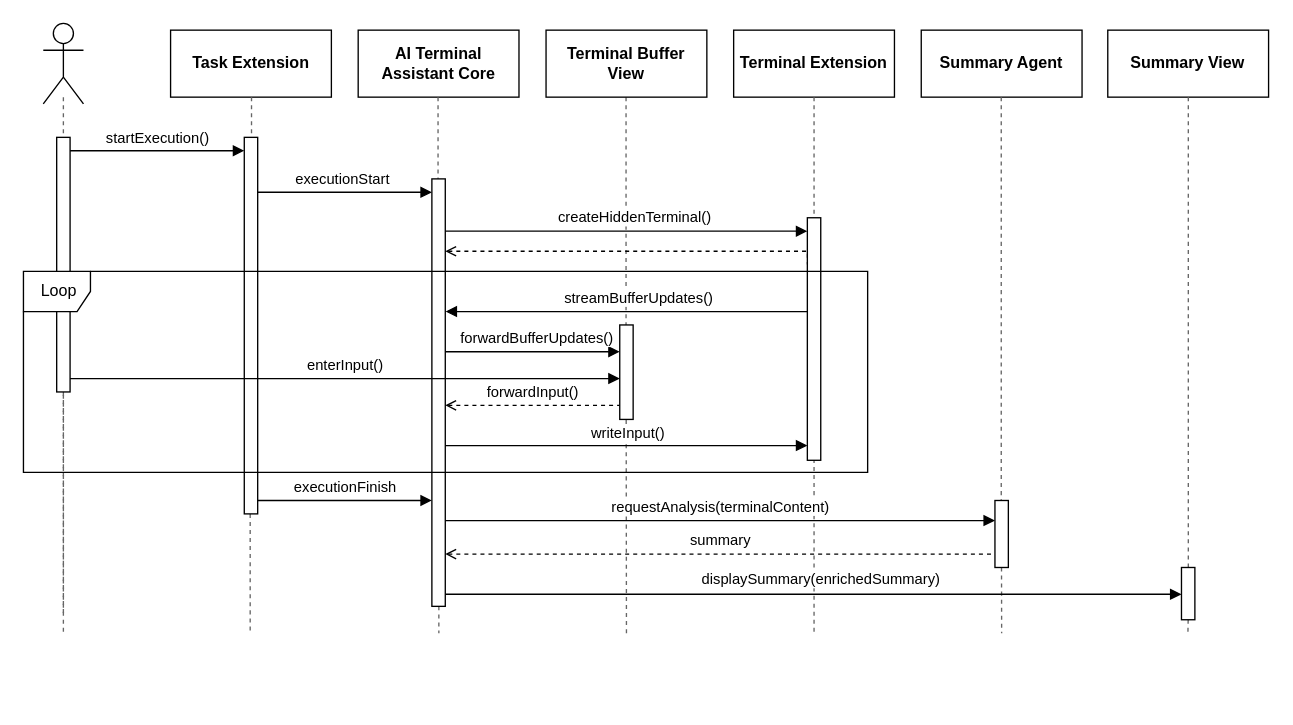
Before: page "Page-4" (4 of 6) of figures/terminal-summary-build-to-summary-sequence.drawio in Fangoling/bachelor-thesis, a draw.io diagram. Source tidied: cells renumbered, new cells numbered last; positions are measured from the earlier drawing's top-left corner, leaving out a move shared by most shapes. Both pictures are drawn from the tidied source at 134%, with x=0, y=0 at pixel (23, 23).
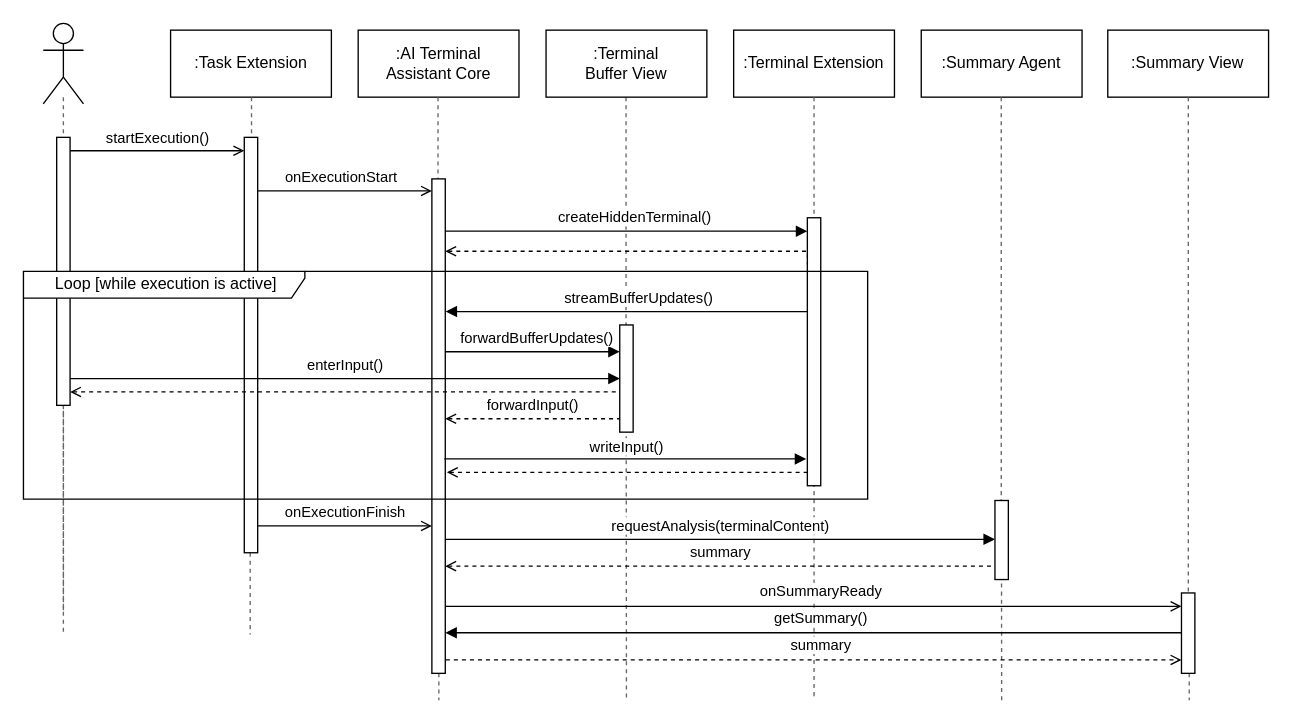
Above is the later version.

Diff of the diagram source:
```diff
@@
     <mxCell id="3" style="endArrow=none;dashed=1;html=1;strokeColor=#666666;" parent="1" edge="1">
       <mxGeometry relative="1" as="geometry">
         <mxPoint x="449.8" y="296" as="sourcePoint" />
-        <mxPoint x="450" y="455" as="targetPoint" />
+        <mxPoint x="450" y="505" as="targetPoint" />
       </mxGeometry>
     </mxCell>
-    <mxCell id="4" value="Task Extension" style="rounded=0;whiteSpace=wrap;html=1;fontStyle=1;align=center;verticalAlign=middle;" parent="1" vertex="1">
+    <mxCell id="4" value="&lt;span style=&quot;font-weight: normal;&quot;&gt;:Task Extension&lt;/span&gt;" style="rounded=0;whiteSpace=wrap;html=1;fontStyle=1;align=center;verticalAlign=middle;" parent="1" vertex="1">
       <mxGeometry x="109.8" y="5" width="120" height="50" as="geometry" />
     </mxCell>
-    <mxCell id="5" value="AI Terminal Assistant Core" style="rounded=0;whiteSpace=wrap;html=1;fontStyle=1;align=center;verticalAlign=middle;" parent="1" vertex="1">
+    <mxCell id="5" value="&lt;span style=&quot;font-weight: normal;&quot;&gt;:AI Terminal&lt;/span&gt;&lt;div&gt;&lt;span style=&quot;font-weight: normal;&quot;&gt;Assistant Core&lt;/span&gt;&lt;/div&gt;" style="rounded=0;whiteSpace=wrap;html=1;fontStyle=1;align=center;verticalAlign=middle;" parent="1" vertex="1">
       <mxGeometry x="249.8" y="5" width="120" height="50" as="geometry" />
     </mxCell>
-    <mxCell id="6" value="Terminal Extension" style="rounded=0;whiteSpace=wrap;html=1;fontStyle=1;align=center;verticalAlign=middle;" parent="1" vertex="1">
+    <mxCell id="6" value="&lt;span style=&quot;font-weight: normal;&quot;&gt;:Terminal Extension&lt;/span&gt;" style="rounded=0;whiteSpace=wrap;html=1;fontStyle=1;align=center;verticalAlign=middle;" parent="1" vertex="1">
       <mxGeometry x="530" y="5" width="120" height="50" as="geometry" />
     </mxCell>
-    <mxCell id="7" value="Summary Agent" style="rounded=0;whiteSpace=wrap;html=1;fontStyle=1;align=center;verticalAlign=middle;" parent="1" vertex="1">
+    <mxCell id="7" value="&lt;span style=&quot;font-weight: normal;&quot;&gt;:Summary Agent&lt;/span&gt;" style="rounded=0;whiteSpace=wrap;html=1;fontStyle=1;align=center;verticalAlign=middle;" parent="1" vertex="1">
       <mxGeometry x="670" y="5" width="120" height="50" as="geometry" />
     </mxCell>
-    <mxCell id="8" value="Terminal Buffer View" style="rounded=0;whiteSpace=wrap;html=1;fontStyle=1;align=center;verticalAlign=middle;" parent="1" vertex="1">
+    <mxCell id="8" value="&lt;span style=&quot;font-weight: normal;&quot;&gt;:Terminal&lt;/span&gt;&lt;div&gt;&lt;span style=&quot;font-weight: normal;&quot;&gt;Buffer View&lt;/span&gt;&lt;/div&gt;" style="rounded=0;whiteSpace=wrap;html=1;fontStyle=1;align=center;verticalAlign=middle;" parent="1" vertex="1">
       <mxGeometry x="390" y="5" width="120" height="50" as="geometry" />
     </mxCell>
@@
     <mxCell id="11" style="endArrow=none;dashed=1;html=1;strokeColor=#666666;" parent="1" edge="1" source="33">
       <mxGeometry relative="1" as="geometry">
-        <mxPoint x="310" y="455" as="targetPoint" />
+        <mxPoint x="310" y="505" as="targetPoint" />
       </mxGeometry>
     </mxCell>
     <mxCell id="12" style="endArrow=none;dashed=1;html=1;strokeColor=#666666;" parent="1" edge="1">
       <mxGeometry relative="1" as="geometry">
         <mxPoint x="590" y="55" as="sourcePoint" />
-        <mxPoint x="590" y="455" as="targetPoint" />
+        <mxPoint x="590" y="505" as="targetPoint" />
       </mxGeometry>
     </mxCell>
     <mxCell id="13" style="endArrow=none;dashed=1;html=1;strokeColor=#666666;" parent="1" edge="1">
       <mxGeometry relative="1" as="geometry">
         <mxPoint x="729.9" y="406" as="sourcePoint" />
-        <mxPoint x="730" y="455" as="targetPoint" />
+        <mxPoint x="730" y="505" as="targetPoint" />
       </mxGeometry>
     </mxCell>
-    <mxCell id="14" value="startExecution()" style="edgeStyle=orthogonalEdgeStyle;rounded=0;jettySize=auto;html=1;endArrow=block;endFill=1;" parent="1" edge="1" target="39">
+    <mxCell id="14" value="startExecution()" style="edgeStyle=orthogonalEdgeStyle;rounded=0;jettySize=auto;html=1;endArrow=open;endFill=0;" parent="1" edge="1" target="39">
       <mxGeometry x="0.04" y="9" relative="1" as="geometry">
         <mxPoint x="29.8" y="95" as="sourcePoint" />
         <Array as="points">
           <mxPoint x="129.8" y="95" />
           <mxPoint x="129.8" y="95" />
         </Array>
       </mxGeometry>
     </mxCell>
-    <mxCell id="15" value="executionStart" style="edgeStyle=orthogonalEdgeStyle;rounded=0;jettySize=auto;html=1;endArrow=block;endFill=1;" parent="1" edge="1" target="33">
+    <mxCell id="15" value="onExecutionStart" style="edgeStyle=orthogonalEdgeStyle;rounded=0;jettySize=auto;html=1;endArrow=open;endFill=0;" parent="1" edge="1" target="33">
       <mxGeometry y="10" relative="1" as="geometry">
         <mxPoint x="169.8" y="126" as="sourcePoint" />
         <Array as="points">
-          <mxPoint x="169.8" y="126" />
+          <mxPoint x="170" y="125" />
         </Array>
       </mxGeometry>
     </mxCell>
-    <mxCell id="16" value="displaySummary(enrichedSummary)" style="edgeStyle=orthogonalEdgeStyle;rounded=0;jettySize=auto;html=1;endArrow=block;endFill=1;" parent="1" edge="1" source="33" target="31">
+    <mxCell id="16" value="onSummaryReady" style="edgeStyle=orthogonalEdgeStyle;rounded=0;jettySize=auto;html=1;endArrow=open;endFill=0;" parent="1" edge="1" source="33" target="31">
       <mxGeometry x="0.02" y="11" relative="1" as="geometry">
         <Array as="points">
-          <mxPoint x="589.8" y="426" />
-          <mxPoint x="589.8" y="426" />
+          <mxPoint x="760" y="435" />
+          <mxPoint x="760" y="435" />
         </Array>
       </mxGeometry>
     </mxCell>
@@
     <mxCell id="19" value="requestAnalysis(terminalContent)" style="edgeStyle=orthogonalEdgeStyle;rounded=0;jettySize=auto;html=1;endArrow=block;endFill=1;" parent="1" edge="1" source="33" target="37">
       <mxGeometry y="10" relative="1" as="geometry">
         <Array as="points">
-          <mxPoint x="379.8" y="371" />
-          <mxPoint x="379.8" y="371" />
+          <mxPoint x="520" y="385" />
+          <mxPoint x="520" y="385" />
         </Array>
       </mxGeometry>
     </mxCell>
     <mxCell id="20" value="summary" style="edgeStyle=orthogonalEdgeStyle;rounded=0;jettySize=auto;html=1;endArrow=none;endFill=0;startArrow=open;startFill=0;dashed=1;" parent="1" edge="1" source="33" target="37">
       <mxGeometry y="10" relative="1" as="geometry">
         <Array as="points">
-          <mxPoint x="389.8" y="396" />
-          <mxPoint x="389.8" y="396" />
+          <mxPoint x="520" y="405" />
+          <mxPoint x="520" y="405" />
         </Array>
       </mxGeometry>
     </mxCell>
@@
     <mxCell id="22" style="html=1;points=[[0,0,0,0,5],[0,1,0,0,-5],[1,0,0,0,5],[1,1,0,0,-5]];perimeter=orthogonalPerimeter;outlineConnect=0;targetShapes=umlLifeline;portConstraint=eastwest;newEdgeStyle={&quot;curved&quot;:0,&quot;rounded&quot;:0};" parent="1" vertex="1">
-      <mxGeometry x="585" y="145" width="10" height="181" as="geometry" />
+      <mxGeometry x="585" y="145" width="10" height="200" as="geometry" />
     </mxCell>
@@
     <mxCell id="25" style="html=1;points=[[0,0,0,0,5],[0,1,0,0,-5],[1,0,0,0,5],[1,1,0,0,-5]];perimeter=orthogonalPerimeter;outlineConnect=0;targetShapes=umlLifeline;portConstraint=eastwest;newEdgeStyle={&quot;curved&quot;:0,&quot;rounded&quot;:0};" parent="1" vertex="1">
-      <mxGeometry x="24.8" y="85" width="10" height="190" as="geometry" />
+      <mxGeometry x="24.8" y="85" width="10" height="200" as="geometry" />
     </mxCell>
@@
-    <mxCell id="27" value="executionFinish" style="edgeStyle=orthogonalEdgeStyle;rounded=0;jettySize=auto;html=1;endArrow=block;endFill=1;" parent="1" edge="1" source="39" target="33">
+    <mxCell id="27" value="onExecutionFinish" style="edgeStyle=orthogonalEdgeStyle;rounded=0;jettySize=auto;html=1;endArrow=open;endFill=0;" parent="1" edge="1" source="39" target="33">
       <mxGeometry y="10" relative="1" as="geometry">
         <Array as="points">
-          <mxPoint x="239.8" y="356" />
-          <mxPoint x="239.8" y="356" />
+          <mxPoint x="230" y="375" />
+          <mxPoint x="230" y="375" />
         </Array>
       </mxGeometry>
     </mxCell>
-    <mxCell id="28" value="Summary View" style="rounded=0;whiteSpace=wrap;html=1;fontStyle=1;align=center;verticalAlign=middle;" parent="1" vertex="1">
+    <mxCell id="28" value="&lt;span style=&quot;font-weight: normal;&quot;&gt;:Summary View&lt;/span&gt;" style="rounded=0;whiteSpace=wrap;html=1;fontStyle=1;align=center;verticalAlign=middle;" parent="1" vertex="1">
       <mxGeometry x="809.2" y="5" width="120" height="50" as="geometry" />
     </mxCell>
     <mxCell id="29" style="html=1;points=[[0,0,0,0,5],[0,1,0,0,-5],[1,0,0,0,5],[1,1,0,0,-5]];perimeter=orthogonalPerimeter;outlineConnect=0;targetShapes=umlLifeline;portConstraint=eastwest;newEdgeStyle={&quot;curved&quot;:0,&quot;rounded&quot;:0};" parent="1" vertex="1">
-      <mxGeometry x="445" y="225" width="10" height="70.5" as="geometry" />
+      <mxGeometry x="445" y="225" width="10" height="80" as="geometry" />
     </mxCell>
-    <mxCell id="30" style="endArrow=none;dashed=1;html=1;strokeColor=#666666;" parent="1" edge="1" target="31">
+    <mxCell id="30" style="endArrow=none;dashed=1;html=1;strokeColor=#666666;" parent="1" edge="1" source="31">
       <mxGeometry relative="1" as="geometry">
-        <mxPoint x="869.3" y="55" as="sourcePoint" />
+        <mxPoint x="870" y="505" as="targetPoint" />
       </mxGeometry>
     </mxCell>
-    <mxCell id="31" style="html=1;points=[[0,0,0,0,5],[0,1,0,0,-5],[1,0,0,0,5],[1,1,0,0,-5]];perimeter=orthogonalPerimeter;outlineConnect=0;targetShapes=umlLifeline;portConstraint=eastwest;newEdgeStyle={&quot;curved&quot;:0,&quot;rounded&quot;:0};" parent="1" vertex="1">
-      <mxGeometry x="864.2" y="406" width="10" height="39" as="geometry" />
-    </mxCell>
@@
     <mxCell id="33" style="html=1;points=[[0,0,0,0,5],[0,1,0,0,-5],[1,0,0,0,5],[1,1,0,0,-5]];perimeter=orthogonalPerimeter;outlineConnect=0;targetShapes=umlLifeline;portConstraint=eastwest;newEdgeStyle={&quot;curved&quot;:0,&quot;rounded&quot;:0};" parent="1" vertex="1">
-      <mxGeometry x="304.8" y="116" width="10" height="319" as="geometry" />
+      <mxGeometry x="304.8" y="116" width="10" height="369" as="geometry" />
     </mxCell>
     <mxCell id="34" value="forwardInput()" style="edgeStyle=orthogonalEdgeStyle;rounded=0;jettySize=auto;html=1;endArrow=none;endFill=0;startArrow=open;startFill=0;dashed=1;" parent="1" edge="1" source="33" target="29">
       <mxGeometry y="10" relative="1" as="geometry">
         <Array as="points">
-          <mxPoint x="370" y="285" />
-          <mxPoint x="370" y="285" />
+          <mxPoint x="380" y="295" />
+          <mxPoint x="380" y="295" />
         </Array>
       </mxGeometry>
     </mxCell>
-    <mxCell id="35" value="writeInput()" style="html=1;align=left;spacingLeft=2;endArrow=block;rounded=0;edgeStyle=orthogonalEdgeStyle;curved=0;rounded=0;" parent="1" edge="1" source="33" target="22">
-      <mxGeometry x="-0.22" y="9" relative="1" as="geometry">
-        <Array as="points">
-          <mxPoint x="450" y="315" />
-          <mxPoint x="450" y="315" />
-        </Array>
-      </mxGeometry>
-    </mxCell>
@@
     <mxCell id="37" style="html=1;points=[[0,0,0,0,5],[0,1,0,0,-5],[1,0,0,0,5],[1,1,0,0,-5]];perimeter=orthogonalPerimeter;outlineConnect=0;targetShapes=umlLifeline;portConstraint=eastwest;newEdgeStyle={&quot;curved&quot;:0,&quot;rounded&quot;:0};" parent="1" vertex="1">
-      <mxGeometry x="725" y="356" width="10" height="50" as="geometry" />
+      <mxGeometry x="725" y="356" width="10" height="59" as="geometry" />
     </mxCell>
@@
     <mxCell id="39" style="html=1;points=[[0,0,0,0,5],[0,1,0,0,-5],[1,0,0,0,5],[1,1,0,0,-5]];perimeter=orthogonalPerimeter;outlineConnect=0;targetShapes=umlLifeline;portConstraint=eastwest;newEdgeStyle={&quot;curved&quot;:0,&quot;rounded&quot;:0};" parent="1" vertex="1">
-      <mxGeometry x="164.8" y="85" width="10" height="281" as="geometry" />
+      <mxGeometry x="164.8" y="85" width="10" height="310" as="geometry" />
     </mxCell>
-    <mxCell id="40" value="&lt;div&gt;&lt;span style=&quot;background-color: light-dark(#ffffff, var(--ge-dark-color, #121212)); color: light-dark(rgb(0, 0, 0), rgb(255, 255, 255));&quot;&gt;enterInput()&lt;/span&gt;&lt;/div&gt;" style="edgeStyle=orthogonalEdgeStyle;rounded=0;jettySize=auto;html=1;endArrow=block;endFill=1;" parent="1" edge="1" source="25" target="29">
-      <mxGeometry y="10" relative="1" as="geometry">
-        <Array as="points">
-          <mxPoint x="230" y="265" />
-          <mxPoint x="230" y="265" />
-        </Array>
-      </mxGeometry>
-    </mxCell>
@@
-    <mxCell id="42" value="&amp;nbsp;Loop" style="shape=umlFrame;whiteSpace=wrap;html=1;width=50;" parent="1" vertex="1">
-      <mxGeometry y="185" width="630" height="150" as="geometry" />
+    <mxCell id="42" value="&amp;nbsp;Loop [while execution is active]" style="shape=umlFrame;whiteSpace=wrap;html=1;width=210;height=20;" parent="1" vertex="1">
+      <mxGeometry y="185" width="630" height="170" as="geometry" />
     </mxCell>
+    <mxCell id="40" value="&lt;div&gt;&lt;span style=&quot;background-color: light-dark(#ffffff, var(--ge-dark-color, #121212)); color: light-dark(rgb(0, 0, 0), rgb(255, 255, 255));&quot;&gt;enterInput()&lt;/span&gt;&lt;/div&gt;" style="edgeStyle=orthogonalEdgeStyle;rounded=0;jettySize=auto;html=1;endArrow=block;endFill=1;" parent="42" edge="1" source="25" target="29">
+      <mxGeometry y="10" relative="1" as="geometry">
+        <Array as="points">
+          <mxPoint x="230" y="80" />
+          <mxPoint x="230" y="80" />
+        </Array>
+      </mxGeometry>
+    </mxCell>
+    <mxCell id="35" value="writeInput()" style="html=1;align=left;spacingLeft=2;endArrow=block;rounded=0;edgeStyle=orthogonalEdgeStyle;curved=0;rounded=0;" parent="42" edge="1">
+      <mxGeometry x="-0.22" y="9" relative="1" as="geometry">
+        <mxPoint x="314" y="140" as="sourcePoint" />
+        <mxPoint x="584.2" y="140" as="targetPoint" />
+        <Array as="points">
+          <mxPoint x="449.2" y="140" />
+          <mxPoint x="449.2" y="140" />
+        </Array>
+      </mxGeometry>
+    </mxCell>
+    <mxCell id="43" style="edgeStyle=orthogonalEdgeStyle;rounded=0;jettySize=auto;html=1;endArrow=none;endFill=0;startArrow=open;startFill=0;dashed=1;" parent="42" edge="1" target="22">
+      <mxGeometry relative="1" as="geometry">
+        <mxPoint x="316" y="150" as="sourcePoint" />
+        <Array as="points">
+          <mxPoint x="316" y="150" />
+        </Array>
+      </mxGeometry>
+    </mxCell>
+    <mxCell id="44" style="edgeStyle=orthogonalEdgeStyle;rounded=0;jettySize=auto;html=1;endArrow=none;endFill=0;startArrow=open;startFill=0;dashed=1;" parent="42" edge="1" target="29">
+      <mxGeometry y="10" relative="1" as="geometry">
+        <mxPoint x="34.8" y="90" as="sourcePoint" />
+        <Array as="points">
+          <mxPoint x="340" y="90" />
+          <mxPoint x="340" y="90" />
+        </Array>
+      </mxGeometry>
+    </mxCell>
+    <mxCell id="45" style="endArrow=none;dashed=1;html=1;strokeColor=#666666;" parent="1" edge="1" target="31">
+      <mxGeometry relative="1" as="geometry">
+        <mxPoint x="869.3" y="55" as="sourcePoint" />
+      </mxGeometry>
+    </mxCell>
+    <mxCell id="31" style="html=1;points=[[0,0,0,0,5],[0,1,0,0,-5],[1,0,0,0,5],[1,1,0,0,-5]];perimeter=orthogonalPerimeter;outlineConnect=0;targetShapes=umlLifeline;portConstraint=eastwest;newEdgeStyle={&quot;curved&quot;:0,&quot;rounded&quot;:0};" parent="1" vertex="1">
+      <mxGeometry x="864.2" y="425" width="10" height="60" as="geometry" />
+    </mxCell>
+    <mxCell id="46" value="getSummary()" style="edgeStyle=orthogonalEdgeStyle;rounded=0;orthogonalLoop=1;jettySize=auto;html=1;endArrow=none;endFill=0;startArrow=block;startFill=1;" parent="1" edge="1">
+      <mxGeometry x="0.02" y="11" relative="1" as="geometry">
+        <mxPoint x="314.8" y="454.7" as="sourcePoint" />
+        <mxPoint x="863.8" y="454.7" as="targetPoint" />
+        <Array as="points">
+          <mxPoint x="759.8" y="454.7" />
+          <mxPoint x="759.8" y="454.7" />
+        </Array>
+      </mxGeometry>
+    </mxCell>
+    <mxCell id="47" value="summary" style="edgeStyle=orthogonalEdgeStyle;rounded=0;orthogonalLoop=1;jettySize=auto;html=1;endArrow=open;endFill=0;dashed=1;" parent="1" edge="1">
+      <mxGeometry x="0.02" y="11" relative="1" as="geometry">
+        <mxPoint x="315.2" y="475" as="sourcePoint" />
+        <mxPoint x="864.2" y="475" as="targetPoint" />
+        <Array as="points">
+          <mxPoint x="760.2" y="475" />
+          <mxPoint x="760.2" y="475" />
+        </Array>
+      </mxGeometry>
+    </mxCell>
```
